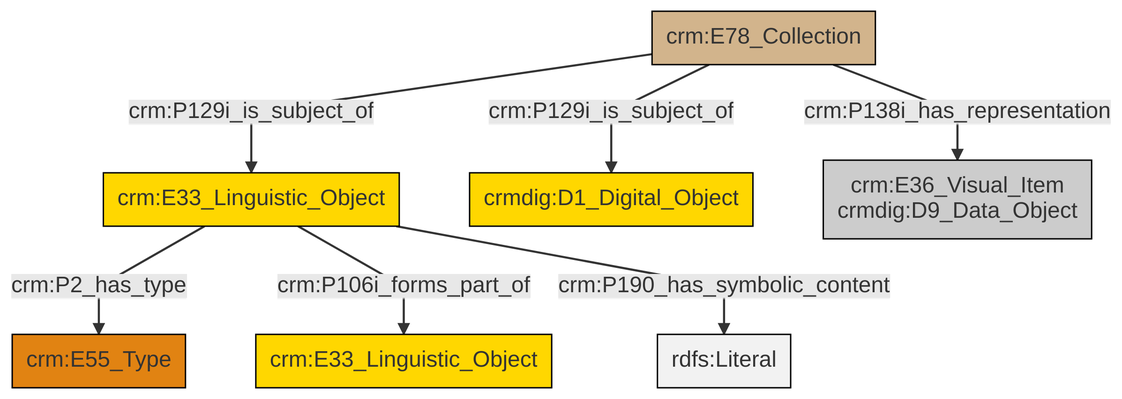
The Mermaid diagram et/archivalCSV/ttl/mmd/png/archival_docs.png in swiss-art-research-net/docs.swissartresearch, before a commit. Its source is kept beside it as et/archivalCSV/ttl/mmd/archival_docs.ttl.mmd.
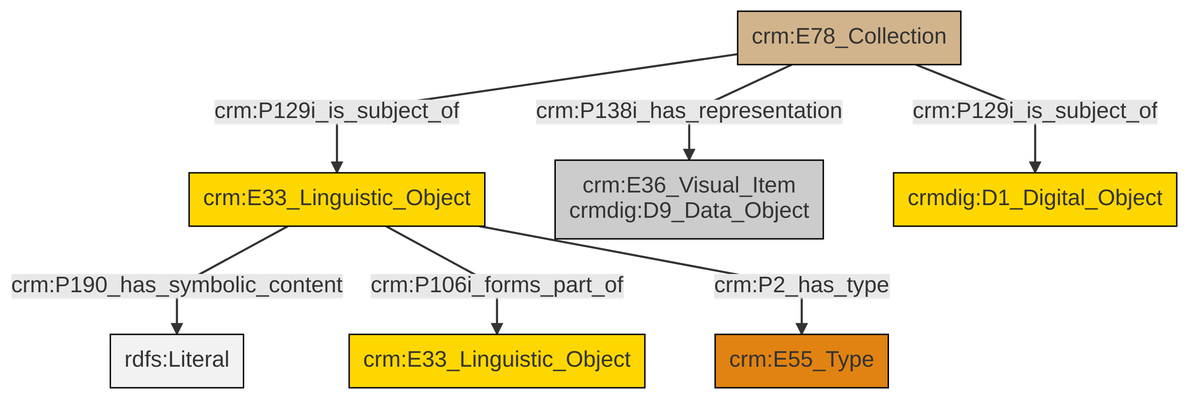
Later version of the same file.

The edit, as a diff of the source:
```diff
@@ -13,9 +13,9 @@
 classDef PC_Classes fill:#4ce600, stroke:#000000;
 classDef Multi fill:#cccccc,stroke:#000000;
 
-0["crm:E33_Linguistic_Object"]:::Conceptual_Object -->|crm:P2_has_type| 1["crm:E55_Type"]:::Type
-0["crm:E33_Linguistic_Object"]:::Conceptual_Object -->|crm:P106i_forms_part_of| 2["crm:E33_Linguistic_Object"]:::Conceptual_Object
-3["crm:E78_Collection"]:::Physical_Thing -->|crm:P129i_is_subject_of| 4["crmdig:D1_Digital_Object"]:::Conceptual_Object
-0["crm:E33_Linguistic_Object"]:::Conceptual_Object -->|crm:P190_has_symbolic_content| 5[rdfs:Literal]:::Literal
-3["crm:E78_Collection"]:::Physical_Thing -->|crm:P138i_has_representation| 7["crm:E36_Visual_Item<br>crmdig:D9_Data_Object"]:::Multi
-3["crm:E78_Collection"]:::Physical_Thing -->|crm:P129i_is_subject_of| 0["crm:E33_Linguistic_Object"]:::Conceptual_Object
+0["crm:E33_Linguistic_Object"]:::Conceptual_Object -->|crm:P190_has_symbolic_content| 1[rdfs:Literal]:::Literal
+4["crm:E78_Collection"]:::Physical_Thing -->|crm:P138i_has_representation| 2["crm:E36_Visual_Item<br>crmdig:D9_Data_Object"]:::Multi
+4["crm:E78_Collection"]:::Physical_Thing -->|crm:P129i_is_subject_of| 6["crmdig:D1_Digital_Object"]:::Conceptual_Object
+4["crm:E78_Collection"]:::Physical_Thing -->|crm:P129i_is_subject_of| 0["crm:E33_Linguistic_Object"]:::Conceptual_Object
+0["crm:E33_Linguistic_Object"]:::Conceptual_Object -->|crm:P106i_forms_part_of| 13["crm:E33_Linguistic_Object"]:::Conceptual_Object
+0["crm:E33_Linguistic_Object"]:::Conceptual_Object -->|crm:P2_has_type| 9["crm:E55_Type"]:::Type
```
